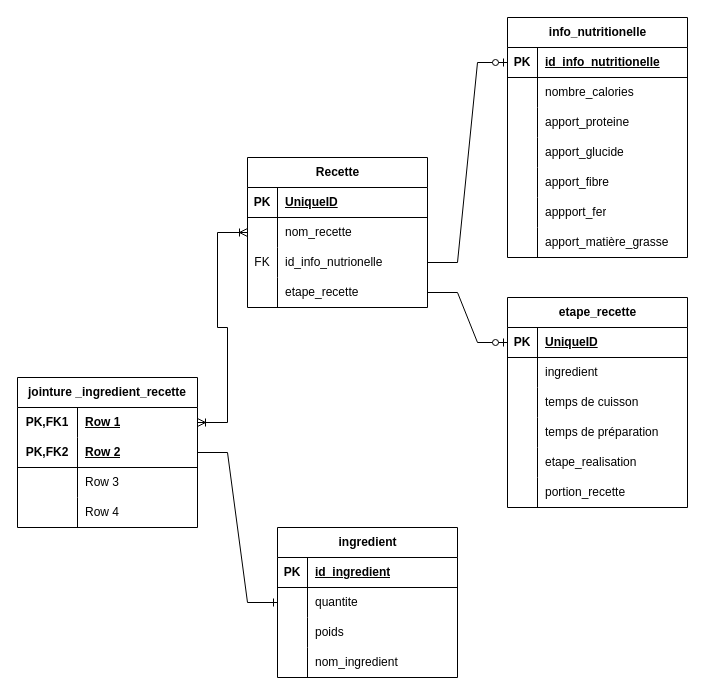
Above: Diagramme sans nom.drawio in franck-code/tests (draw.io), before the change. Source tidied: cells renumbered, new cells numbered last; positions are measured from the earlier drawing's top-left corner, leaving out a move shared by most shapes. Both pictures are drawn from the tidied source at 100%, with x=0, y=0 at pixel (17, 17).
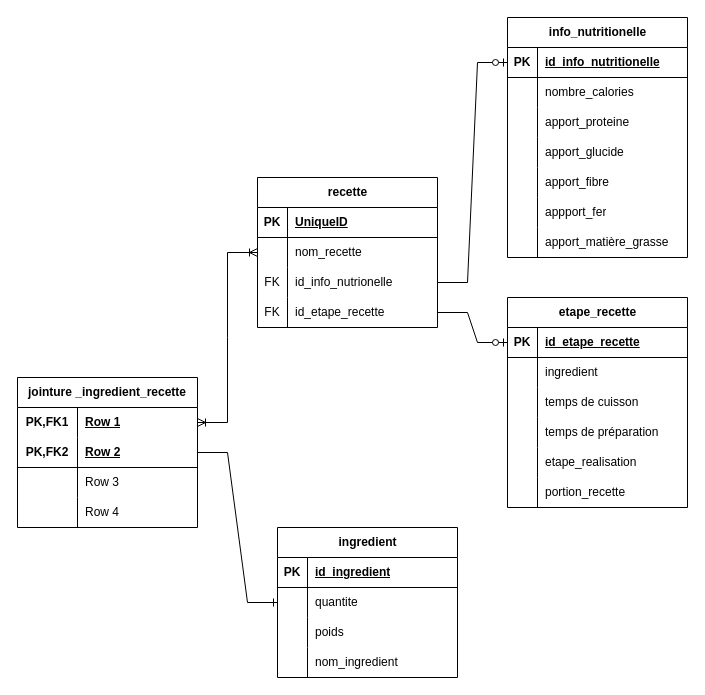
The same page after the edit.

Unchanged cells that the change refers to:
```xml
<mxCell id="12" style="shape=tableRow;horizontal=0;startSize=0;swimlaneHead=0;swimlaneBody=0;fillColor=none;points=[[0,0.5],[1,0.5]];portConstraint=eastwest;top=0;left=0;right=0;bottom=0;" parent="2" vertex="1">
  <mxGeometry y="120" width="180" height="30" as="geometry" />
</mxCell>
<mxCell id="51" style="shape=tableRow;horizontal=0;startSize=0;swimlaneHead=0;swimlaneBody=0;fillColor=none;points=[[0,0.5],[1,0.5]];portConstraint=eastwest;top=0;left=0;right=0;bottom=1;" parent="50" vertex="1">
  <mxGeometry y="30" width="180" height="30" as="geometry" />
</mxCell>
```

Change to the diagram source:
```diff
@@
-    <mxCell id="2" value="Recette" style="shape=table;startSize=30;childLayout=tableLayout;rowLines=0;fontStyle=1;align=center;html=1;" parent="1" vertex="1">
-      <mxGeometry x="230" y="140" width="180" height="150" as="geometry" />
+    <mxCell id="2" value="recette" style="shape=table;startSize=30;childLayout=tableLayout;rowLines=0;fontStyle=1;align=center;html=1;" parent="1" vertex="1">
+      <mxGeometry x="240" y="160" width="180" height="150" as="geometry" />
     </mxCell>
@@
-    <mxCell id="13" style="shape=partialRectangle;fillColor=none;top=0;left=0;bottom=0;right=0;overflow=hidden;whiteSpace=wrap;html=1;" parent="12" vertex="1">
+    <mxCell id="13" value="FK" style="shape=partialRectangle;fillColor=none;top=0;left=0;bottom=0;right=0;overflow=hidden;whiteSpace=wrap;html=1;" parent="12" vertex="1">
       <mxGeometry width="30" height="30" as="geometry" />
     </mxCell>
-    <mxCell id="14" value="etape_recette" style="shape=partialRectangle;fillColor=none;top=0;left=0;bottom=0;right=0;align=left;spacingLeft=6;overflow=hidden;whiteSpace=wrap;html=1;" parent="12" vertex="1">
+    <mxCell id="14" value="id_etape_recette" style="shape=partialRectangle;fillColor=none;top=0;left=0;bottom=0;right=0;align=left;spacingLeft=6;overflow=hidden;whiteSpace=wrap;html=1;" parent="12" vertex="1">
       <mxGeometry x="30" width="150" height="30" as="geometry" />
     </mxCell>
@@
-    <mxCell id="53" value="UniqueID" style="shape=partialRectangle;fillColor=none;top=0;left=0;bottom=0;right=0;align=left;spacingLeft=6;fontStyle=5;overflow=hidden;whiteSpace=wrap;html=1;" parent="51" vertex="1">
+    <mxCell id="53" value="id_etape_recette" style="shape=partialRectangle;fillColor=none;top=0;left=0;bottom=0;right=0;align=left;spacingLeft=6;fontStyle=5;overflow=hidden;whiteSpace=wrap;html=1;" parent="51" vertex="1">
       <mxGeometry x="30" width="150" height="30" as="geometry" />
     </mxCell>
```
